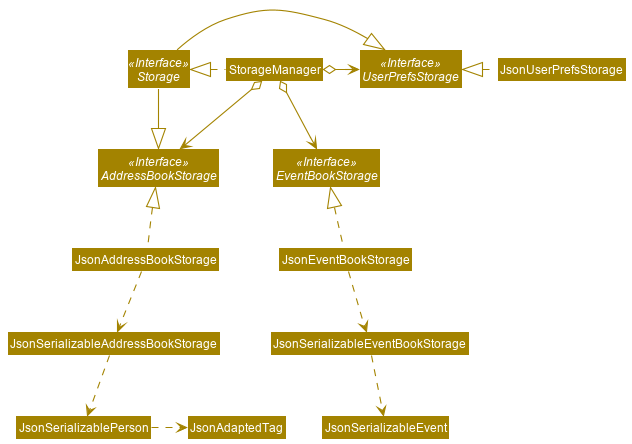
Above: docs/images/StorageClassDiagram.png in nus-cs2103-AY2021S2/tp (PlantUML), before the change. Source of this version:
```plantuml
@startuml
!include style.puml
skinparam arrowThickness 1.1
skinparam arrowColor STORAGE_COLOR
skinparam classBackgroundColor STORAGE_COLOR

Interface Storage <<Interface>>
Interface UserPrefsStorage <<Interface>>
Interface AddressBookStorage <<Interface>>
Interface EventBookStorage <<Interface>>

Class StorageManager
Class JsonUserPrefsStorage
Class JsonAddressBookStorage
Class JsonEventBookStorage

StorageManager .left.|> Storage
StorageManager o-right-> UserPrefsStorage
StorageManager o--> AddressBookStorage
StorageManager o--> EventBookStorage

Storage -|> UserPrefsStorage
Storage -|> AddressBookStorage

JsonUserPrefsStorage .left.|> UserPrefsStorage
JsonAddressBookStorage .up.|> AddressBookStorage
JsonAddressBookStorage .down.> JsonSerializableAddressBookStorage
JsonSerializableAddressBookStorage .down.> JsonSerializablePerson
JsonSerializablePerson .right.> JsonAdaptedTag

JsonEventBookStorage .up.|> EventBookStorage
JsonEventBookStorage .down.> JsonSerializableEventBookStorage
JsonSerializableEventBookStorage .down.> JsonSerializableEvent
@enduml
```
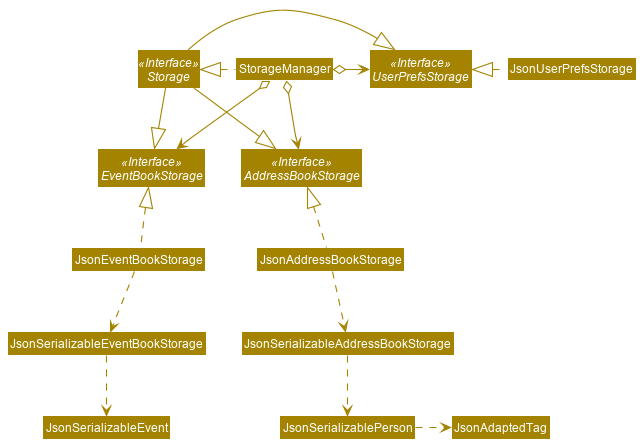
The same file after the commit.

Commit message:
Add inheritence of Storage from EventBookStorage

Diff of the diagram source:
```diff
@@ -21,6 +21,7 @@
 
 Storage -|> UserPrefsStorage
 Storage -|> AddressBookStorage
+Storage -|> EventBookStorage
 
 JsonUserPrefsStorage .left.|> UserPrefsStorage
 JsonAddressBookStorage .up.|> AddressBookStorage
```
